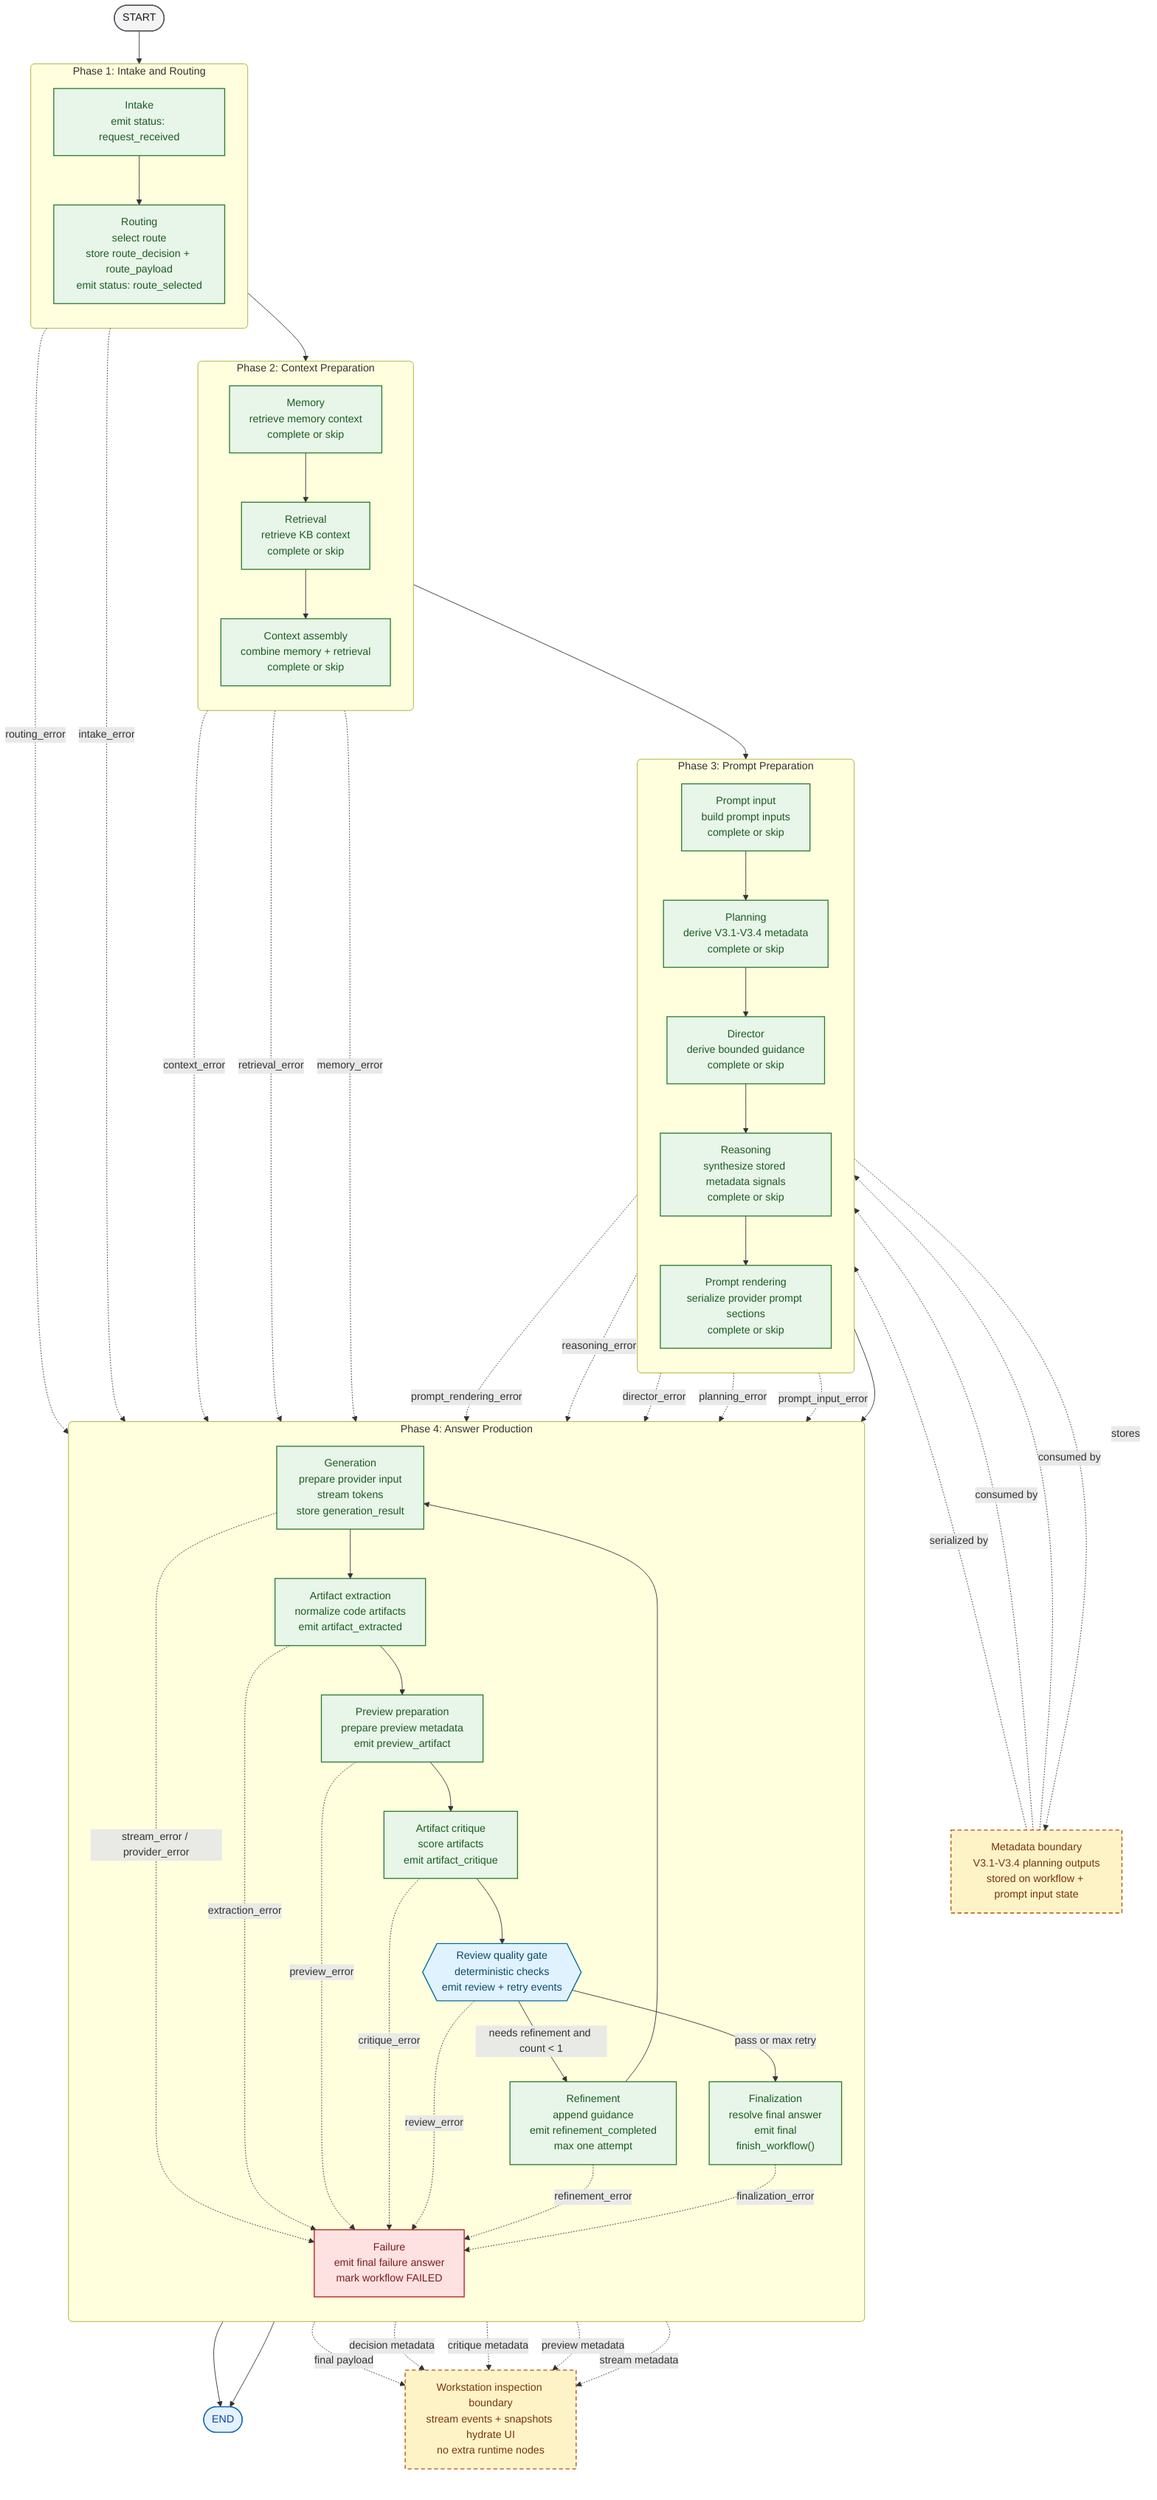
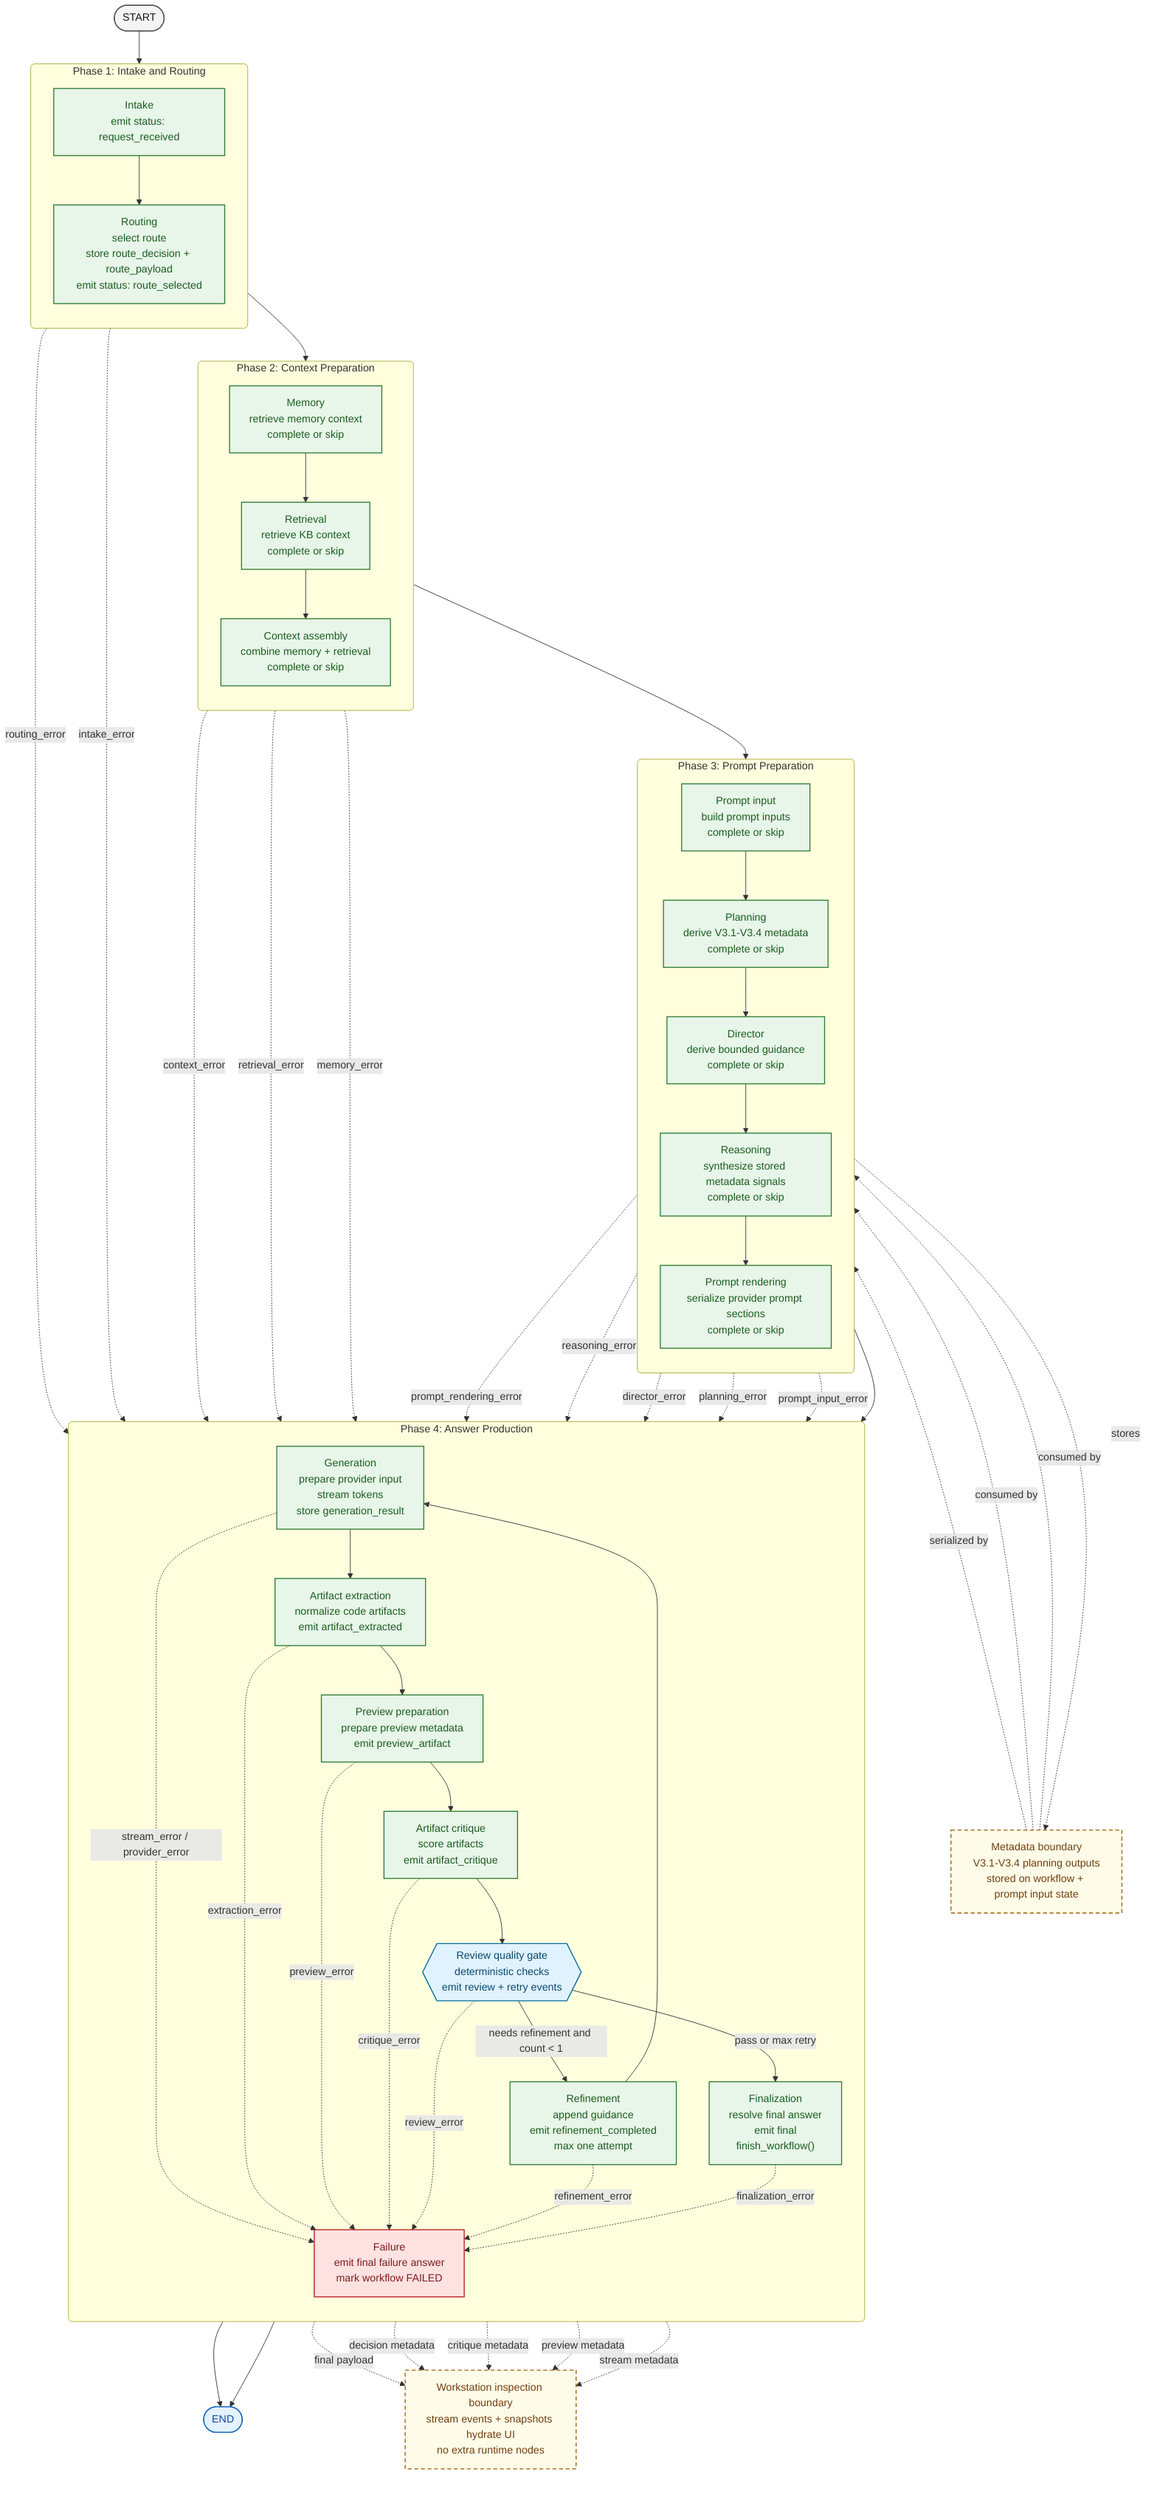
flowchart TB
    %% Class palette
    classDef boundary fill:#F4F4F5,stroke:#52525B,color:#18181B,stroke-width:1.5px;
    classDef implemented fill:#E8F5E9,stroke:#2E7D32,color:#1B5E20,stroke-width:1.5px;
    classDef gate fill:#E0F2FE,stroke:#0369A1,color:#0C4A6E,stroke-width:1.5px;
    classDef failure fill:#FEE2E2,stroke:#B91C1C,color:#7F1D1D,stroke-width:1.5px;
    classDef terminal fill:#E3F2FD,stroke:#1565C0,color:#0D47A1,stroke-width:1.5px;
-     classDef relationship fill:#FEF3C7,stroke:#B45309,color:#78350F,stroke-width:1.5px,stroke-dasharray: 6 4;
+     classDef relationship fill:#FEFCE8,stroke:#A16207,color:#713F12,stroke-width:1.5px,stroke-dasharray: 6 4;

    %% Terminal nodes
    start([START])
    finish([END])

    %% Runtime phases
    subgraph phase_1["Phase 1: Intake and Routing"]
        direction TB
        intake["Intake<br/>emit status: request_received"]
        routing["Routing<br/>select route<br/>store route_decision + route_payload<br/>emit status: route_selected"]
    end

    subgraph phase_2["Phase 2: Context Preparation"]
        direction TB
        memory["Memory<br/>retrieve memory context<br/>complete or skip"]
        retrieval["Retrieval<br/>retrieve KB context<br/>complete or skip"]
        context_assembly["Context assembly<br/>combine memory + retrieval<br/>complete or skip"]
    end

    subgraph phase_3["Phase 3: Prompt Preparation"]
        direction TB
        prompt_input["Prompt input<br/>build prompt inputs<br/>complete or skip"]
        planning["Planning<br/>derive V3.1-V3.4 metadata<br/>complete or skip"]
        director["Director<br/>derive bounded guidance<br/>complete or skip"]
        reasoning["Reasoning<br/>synthesize stored metadata signals<br/>complete or skip"]
        prompt_rendering["Prompt rendering<br/>serialize provider prompt sections<br/>complete or skip"]
    end

    subgraph phase_4["Phase 4: Answer Production"]
        direction TB
        generation["Generation<br/>prepare provider input<br/>stream tokens<br/>store generation_result"]
        artifact_extraction["Artifact extraction<br/>normalize code artifacts<br/>emit artifact_extracted"]
        preview_preparation["Preview preparation<br/>prepare preview metadata<br/>emit preview_artifact"]
        artifact_critique["Artifact critique<br/>score artifacts<br/>emit artifact_critique"]
        review{{"Review quality gate<br/>deterministic checks<br/>emit review + retry events"}}
        refinement["Refinement<br/>append guidance<br/>emit refinement_completed<br/>max one attempt"]
        finalization["Finalization<br/>resolve final answer<br/>emit final<br/>finish_workflow()"]
        failure["Failure<br/>emit final failure answer<br/>mark workflow FAILED"]
    end

    %% Documentation boundaries
    metadata_boundary["Metadata boundary<br/>V3.1-V3.4 planning outputs<br/>stored on workflow + prompt input state"]:::relationship
    workstation_boundary["Workstation inspection boundary<br/>stream events + snapshots hydrate UI<br/>no extra runtime nodes"]:::relationship

    %% Main success path
    start --> intake --> routing --> memory --> retrieval --> context_assembly --> prompt_input --> planning --> director --> reasoning --> prompt_rendering --> generation --> artifact_extraction --> preview_preparation --> artifact_critique --> review
    review -->|"pass or max retry"| finalization --> finish
    review -->|"needs refinement and count < 1"| refinement --> generation

    %% Metadata and inspection boundaries
    planning -. stores .-> metadata_boundary
    metadata_boundary -. consumed by .-> director
    metadata_boundary -. consumed by .-> reasoning
    metadata_boundary -. serialized by .-> prompt_rendering
    artifact_extraction -. stream metadata .-> workstation_boundary
    preview_preparation -. preview metadata .-> workstation_boundary
    artifact_critique -. critique metadata .-> workstation_boundary
    review -. decision metadata .-> workstation_boundary
    finalization -. final payload .-> workstation_boundary

    %% Failure paths
    intake -. intake_error .-> failure
    routing -. routing_error .-> failure
    memory -. memory_error .-> failure
    retrieval -. retrieval_error .-> failure
    context_assembly -. context_error .-> failure
    prompt_input -. prompt_input_error .-> failure
    planning -. planning_error .-> failure
    director -. director_error .-> failure
    reasoning -. reasoning_error .-> failure
    prompt_rendering -. prompt_rendering_error .-> failure
    generation -. stream_error / provider_error .-> failure
    artifact_extraction -. extraction_error .-> failure
    preview_preparation -. preview_error .-> failure
    artifact_critique -. critique_error .-> failure
    review -. review_error .-> failure
    refinement -. refinement_error .-> failure
    finalization -. finalization_error .-> failure
    failure --> finish

    %% Node classes
    class start boundary
    class finish terminal
    class intake,routing,memory,retrieval,context_assembly,prompt_input,planning,director,reasoning,prompt_rendering,generation,artifact_extraction,preview_preparation,artifact_critique,refinement,finalization implemented
    class review gate
    class failure failure
    class metadata_boundary,workstation_boundary relationship

    %% Subgraph styling
    style phase_1 rx:6px,ry:6px
    style phase_2 rx:6px,ry:6px
    style phase_3 rx:6px,ry:6px
    style phase_4 rx:6px,ry:6px
